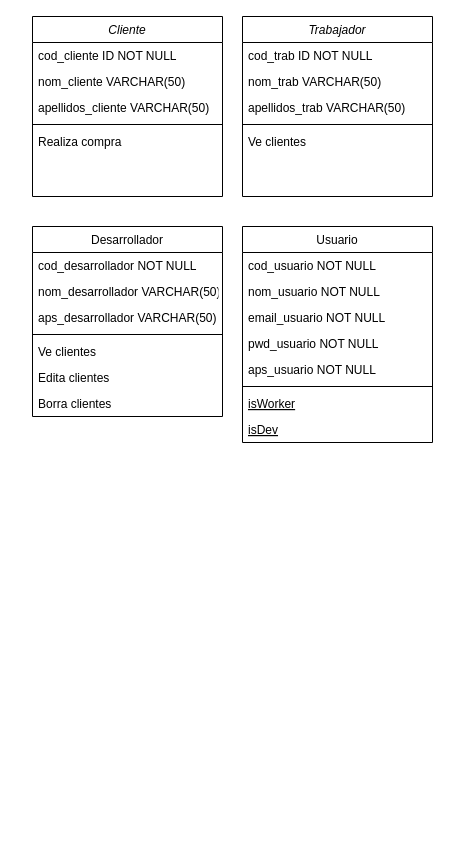
The draw.io diagram Diagrama clases S2.drawio in HuBaMarin/projDespliegue, before the edit. Source tidied: cells renumbered, new cells numbered last; positions are measured from the earlier drawing's top-left corner, leaving out a move shared by most shapes. Both pictures are drawn from the tidied source at 100%, with x=0, y=0 at pixel (32, 16).
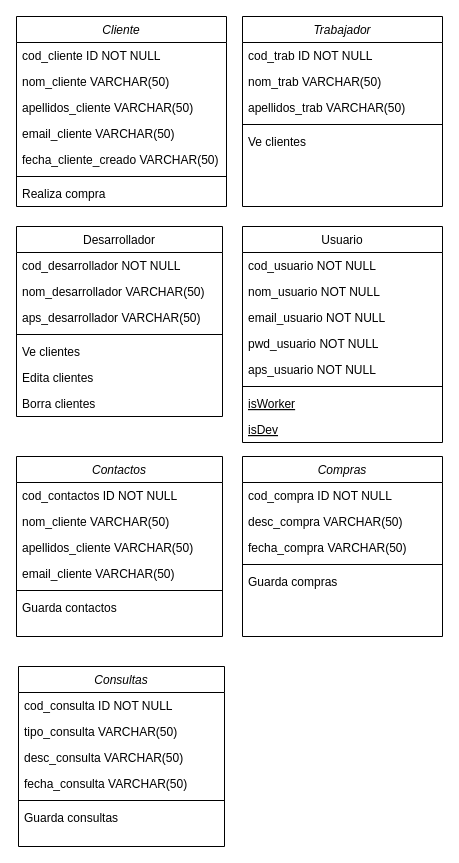
Above is the later version.

What changed in the source:
```diff
@@
     <mxCell id="2" value="Cliente" style="swimlane;fontStyle=2;align=center;verticalAlign=top;horizontal=1;startSize=26;rounded=0;shadow=0;strokeWidth=1;" parent="1" vertex="1">
-      <mxGeometry width="190" height="180" as="geometry" />
+      <mxGeometry x="-16" width="210" height="190" as="geometry" />
     </mxCell>
     <mxCell id="3" value="cod_cliente ID NOT NULL" style="text;align=left;verticalAlign=top;spacingLeft=4;spacingRight=4;overflow=hidden;" parent="2" vertex="1">
-      <mxGeometry y="26" width="190" height="26" as="geometry" />
+      <mxGeometry y="26" width="210" height="26" as="geometry" />
     </mxCell>
     <mxCell id="4" value="nom_cliente VARCHAR(50)" style="text;align=left;verticalAlign=top;spacingLeft=4;spacingRight=4;overflow=hidden;rounded=0;shadow=0;html=0;" parent="2" vertex="1">
-      <mxGeometry y="52" width="190" height="26" as="geometry" />
+      <mxGeometry y="52" width="210" height="26" as="geometry" />
     </mxCell>
     <mxCell id="5" value="apellidos_cliente VARCHAR(50)" style="text;align=left;verticalAlign=top;spacingLeft=4;spacingRight=4;overflow=hidden;rounded=0;shadow=0;html=0;" parent="2" vertex="1">
-      <mxGeometry y="78" width="190" height="26" as="geometry" />
+      <mxGeometry y="78" width="210" height="26" as="geometry" />
     </mxCell>
+    <mxCell id="31" value="email_cliente VARCHAR(50)" style="text;align=left;verticalAlign=top;spacingLeft=4;spacingRight=4;overflow=hidden;rounded=0;shadow=0;html=0;" parent="2" vertex="1">
+      <mxGeometry y="104" width="210" height="26" as="geometry" />
+    </mxCell>
+    <mxCell id="32" value="fecha_cliente_creado VARCHAR(50)" style="text;align=left;verticalAlign=top;spacingLeft=4;spacingRight=4;overflow=hidden;rounded=0;shadow=0;html=0;" parent="2" vertex="1">
+      <mxGeometry y="130" width="210" height="26" as="geometry" />
+    </mxCell>
     <mxCell id="6" style="line;html=1;strokeWidth=1;align=left;verticalAlign=middle;spacingTop=-1;spacingLeft=3;spacingRight=3;labelPosition=right;" parent="2" vertex="1">
-      <mxGeometry y="104" width="190" height="8" as="geometry" />
+      <mxGeometry y="156" width="210" height="8" as="geometry" />
     </mxCell>
     <mxCell id="7" value="Realiza compra" style="text;align=left;verticalAlign=top;spacingLeft=4;spacingRight=4;overflow=hidden;" parent="2" vertex="1">
-      <mxGeometry y="112" width="190" height="26" as="geometry" />
+      <mxGeometry y="164" width="210" height="26" as="geometry" />
     </mxCell>
     <mxCell id="8" value="Desarrollador" style="swimlane;fontStyle=0;align=center;verticalAlign=top;horizontal=1;startSize=26;rounded=0;shadow=0;strokeWidth=1;" parent="1" vertex="1">
-      <mxGeometry y="210" width="190" height="190" as="geometry" />
+      <mxGeometry x="-16" y="210" width="206" height="190" as="geometry" />
     </mxCell>
     <mxCell id="9" value="cod_desarrollador NOT NULL" style="text;align=left;verticalAlign=top;spacingLeft=4;spacingRight=4;overflow=hidden;" parent="8" vertex="1">
-      <mxGeometry y="26" width="190" height="26" as="geometry" />
+      <mxGeometry y="26" width="206" height="26" as="geometry" />
     </mxCell>
     <mxCell id="10" value="nom_desarrollador VARCHAR(50)" style="text;align=left;verticalAlign=top;spacingLeft=4;spacingRight=4;overflow=hidden;rounded=0;shadow=0;html=0;" parent="8" vertex="1">
-      <mxGeometry y="52" width="190" height="26" as="geometry" />
+      <mxGeometry y="52" width="206" height="26" as="geometry" />
     </mxCell>
     <mxCell id="11" value="aps_desarrollador VARCHAR(50)" style="text;align=left;verticalAlign=top;spacingLeft=4;spacingRight=4;overflow=hidden;rounded=0;shadow=0;html=0;" parent="8" vertex="1">
-      <mxGeometry y="78" width="190" height="26" as="geometry" />
+      <mxGeometry y="78" width="206" height="26" as="geometry" />
     </mxCell>
     <mxCell id="12" style="line;html=1;strokeWidth=1;align=left;verticalAlign=middle;spacingTop=-1;spacingLeft=3;spacingRight=3;labelPosition=right;" parent="8" vertex="1">
-      <mxGeometry y="104" width="190" height="8" as="geometry" />
+      <mxGeometry y="104" width="206" height="8" as="geometry" />
     </mxCell>
     <mxCell id="13" value="Ve clientes" style="text;align=left;verticalAlign=top;spacingLeft=4;spacingRight=4;overflow=hidden;" parent="8" vertex="1">
-      <mxGeometry y="112" width="190" height="26" as="geometry" />
+      <mxGeometry y="112" width="206" height="26" as="geometry" />
     </mxCell>
     <mxCell id="14" value="Edita clientes" style="text;align=left;verticalAlign=top;spacingLeft=4;spacingRight=4;overflow=hidden;" parent="8" vertex="1">
-      <mxGeometry y="138" width="190" height="26" as="geometry" />
+      <mxGeometry y="138" width="206" height="26" as="geometry" />
     </mxCell>
     <mxCell id="15" value="Borra clientes" style="text;align=left;verticalAlign=top;spacingLeft=4;spacingRight=4;overflow=hidden;" parent="8" vertex="1">
-      <mxGeometry y="164" width="190" height="26" as="geometry" />
+      <mxGeometry y="164" width="206" height="26" as="geometry" />
     </mxCell>
     <mxCell id="16" value="Usuario" style="swimlane;fontStyle=0;align=center;verticalAlign=top;horizontal=1;startSize=26;rounded=0;shadow=0;strokeWidth=1;" parent="1" vertex="1">
-      <mxGeometry x="210" y="210" width="190" height="216" as="geometry" />
+      <mxGeometry x="210" y="210" width="200" height="216" as="geometry" />
     </mxCell>
     <mxCell id="17" value="cod_usuario NOT NULL" style="text;align=left;verticalAlign=top;spacingLeft=4;spacingRight=4;overflow=hidden;" parent="16" vertex="1">
-      <mxGeometry y="26" width="190" height="26" as="geometry" />
+      <mxGeometry y="26" width="200" height="26" as="geometry" />
     </mxCell>
     <mxCell id="18" value="nom_usuario NOT NULL" style="text;align=left;verticalAlign=top;spacingLeft=4;spacingRight=4;overflow=hidden;" parent="16" vertex="1">
-      <mxGeometry y="52" width="190" height="26" as="geometry" />
+      <mxGeometry y="52" width="200" height="26" as="geometry" />
     </mxCell>
     <mxCell id="19" value="email_usuario NOT NULL" style="text;align=left;verticalAlign=top;spacingLeft=4;spacingRight=4;overflow=hidden;" parent="16" vertex="1">
-      <mxGeometry y="78" width="190" height="26" as="geometry" />
+      <mxGeometry y="78" width="200" height="26" as="geometry" />
     </mxCell>
     <mxCell id="20" value="pwd_usuario NOT NULL" style="text;align=left;verticalAlign=top;spacingLeft=4;spacingRight=4;overflow=hidden;" parent="16" vertex="1">
-      <mxGeometry y="104" width="190" height="26" as="geometry" />
+      <mxGeometry y="104" width="200" height="26" as="geometry" />
     </mxCell>
     <mxCell id="21" value="aps_usuario NOT NULL" style="text;align=left;verticalAlign=top;spacingLeft=4;spacingRight=4;overflow=hidden;" parent="16" vertex="1">
-      <mxGeometry y="130" width="190" height="26" as="geometry" />
+      <mxGeometry y="130" width="200" height="26" as="geometry" />
     </mxCell>
     <mxCell id="22" style="line;html=1;strokeWidth=1;align=left;verticalAlign=middle;spacingTop=-1;spacingLeft=3;spacingRight=3;labelPosition=right;" parent="16" vertex="1">
-      <mxGeometry y="156" width="190" height="8" as="geometry" />
+      <mxGeometry y="156" width="200" height="8" as="geometry" />
     </mxCell>
     <mxCell id="23" value="isWorker" style="text;align=left;verticalAlign=top;spacingLeft=4;spacingRight=4;overflow=hidden;fontStyle=4;" parent="16" vertex="1">
-      <mxGeometry y="164" width="190" height="26" as="geometry" />
+      <mxGeometry y="164" width="200" height="26" as="geometry" />
     </mxCell>
     <mxCell id="24" value="isDev" style="text;align=left;verticalAlign=top;spacingLeft=4;spacingRight=4;overflow=hidden;fontStyle=4;" parent="16" vertex="1">
-      <mxGeometry y="190" width="190" height="26" as="geometry" />
+      <mxGeometry y="190" width="200" height="26" as="geometry" />
     </mxCell>
     <mxCell id="25" value="Trabajador" style="swimlane;fontStyle=2;align=center;verticalAlign=top;horizontal=1;startSize=26;rounded=0;shadow=0;strokeWidth=1;" parent="1" vertex="1">
-      <mxGeometry x="210" width="190" height="180" as="geometry" />
+      <mxGeometry x="210" width="200" height="190" as="geometry" />
     </mxCell>
     <mxCell id="26" value="cod_trab ID NOT NULL" style="text;align=left;verticalAlign=top;spacingLeft=4;spacingRight=4;overflow=hidden;" parent="25" vertex="1">
-      <mxGeometry y="26" width="190" height="26" as="geometry" />
+      <mxGeometry y="26" width="200" height="26" as="geometry" />
     </mxCell>
     <mxCell id="27" value="nom_trab VARCHAR(50)" style="text;align=left;verticalAlign=top;spacingLeft=4;spacingRight=4;overflow=hidden;rounded=0;shadow=0;html=0;" parent="25" vertex="1">
-      <mxGeometry y="52" width="190" height="26" as="geometry" />
+      <mxGeometry y="52" width="200" height="26" as="geometry" />
     </mxCell>
     <mxCell id="28" value="apellidos_trab VARCHAR(50)" style="text;align=left;verticalAlign=top;spacingLeft=4;spacingRight=4;overflow=hidden;rounded=0;shadow=0;html=0;" parent="25" vertex="1">
-      <mxGeometry y="78" width="190" height="26" as="geometry" />
+      <mxGeometry y="78" width="200" height="26" as="geometry" />
     </mxCell>
     <mxCell id="29" style="line;html=1;strokeWidth=1;align=left;verticalAlign=middle;spacingTop=-1;spacingLeft=3;spacingRight=3;labelPosition=right;" parent="25" vertex="1">
-      <mxGeometry y="104" width="190" height="8" as="geometry" />
+      <mxGeometry y="104" width="200" height="8" as="geometry" />
     </mxCell>
     <mxCell id="30" value="Ve clientes" style="text;align=left;verticalAlign=top;spacingLeft=4;spacingRight=4;overflow=hidden;" parent="25" vertex="1">
-      <mxGeometry y="112" width="190" height="26" as="geometry" />
+      <mxGeometry y="112" width="200" height="26" as="geometry" />
     </mxCell>
+    <mxCell id="33" value="Contactos" style="swimlane;fontStyle=2;align=center;verticalAlign=top;horizontal=1;startSize=26;rounded=0;shadow=0;strokeWidth=1;" parent="1" vertex="1">
+      <mxGeometry x="-16" y="440" width="206" height="180" as="geometry" />
+    </mxCell>
+    <mxCell id="34" value="cod_contactos ID NOT NULL" style="text;align=left;verticalAlign=top;spacingLeft=4;spacingRight=4;overflow=hidden;" parent="33" vertex="1">
+      <mxGeometry y="26" width="206" height="26" as="geometry" />
+    </mxCell>
+    <mxCell id="35" value="nom_cliente VARCHAR(50)" style="text;align=left;verticalAlign=top;spacingLeft=4;spacingRight=4;overflow=hidden;rounded=0;shadow=0;html=0;" parent="33" vertex="1">
+      <mxGeometry y="52" width="206" height="26" as="geometry" />
+    </mxCell>
+    <mxCell id="36" value="apellidos_cliente VARCHAR(50)" style="text;align=left;verticalAlign=top;spacingLeft=4;spacingRight=4;overflow=hidden;rounded=0;shadow=0;html=0;" parent="33" vertex="1">
+      <mxGeometry y="78" width="206" height="26" as="geometry" />
+    </mxCell>
+    <mxCell id="37" value="email_cliente VARCHAR(50)" style="text;align=left;verticalAlign=top;spacingLeft=4;spacingRight=4;overflow=hidden;rounded=0;shadow=0;html=0;" parent="33" vertex="1">
+      <mxGeometry y="104" width="206" height="26" as="geometry" />
+    </mxCell>
+    <mxCell id="38" style="line;html=1;strokeWidth=1;align=left;verticalAlign=middle;spacingTop=-1;spacingLeft=3;spacingRight=3;labelPosition=right;" parent="33" vertex="1">
+      <mxGeometry y="130" width="206" height="8" as="geometry" />
+    </mxCell>
+    <mxCell id="39" value="Guarda contactos" style="text;align=left;verticalAlign=top;spacingLeft=4;spacingRight=4;overflow=hidden;" parent="33" vertex="1">
+      <mxGeometry y="138" width="206" height="26" as="geometry" />
+    </mxCell>
+    <mxCell id="40" value="Compras" style="swimlane;fontStyle=2;align=center;verticalAlign=top;horizontal=1;startSize=26;rounded=0;shadow=0;strokeWidth=1;" parent="1" vertex="1">
+      <mxGeometry x="210" y="440" width="200" height="180" as="geometry" />
+    </mxCell>
+    <mxCell id="41" value="cod_compra ID NOT NULL" style="text;align=left;verticalAlign=top;spacingLeft=4;spacingRight=4;overflow=hidden;" parent="40" vertex="1">
+      <mxGeometry y="26" width="200" height="26" as="geometry" />
+    </mxCell>
+    <mxCell id="42" value="desc_compra VARCHAR(50)" style="text;align=left;verticalAlign=top;spacingLeft=4;spacingRight=4;overflow=hidden;rounded=0;shadow=0;html=0;" parent="40" vertex="1">
+      <mxGeometry y="52" width="200" height="26" as="geometry" />
+    </mxCell>
+    <mxCell id="43" value="fecha_compra VARCHAR(50)" style="text;align=left;verticalAlign=top;spacingLeft=4;spacingRight=4;overflow=hidden;rounded=0;shadow=0;html=0;" parent="40" vertex="1">
+      <mxGeometry y="78" width="200" height="26" as="geometry" />
+    </mxCell>
+    <mxCell id="44" style="line;html=1;strokeWidth=1;align=left;verticalAlign=middle;spacingTop=-1;spacingLeft=3;spacingRight=3;labelPosition=right;" parent="40" vertex="1">
+      <mxGeometry y="104" width="200" height="8" as="geometry" />
+    </mxCell>
+    <mxCell id="45" value="Guarda compras" style="text;align=left;verticalAlign=top;spacingLeft=4;spacingRight=4;overflow=hidden;" parent="40" vertex="1">
+      <mxGeometry y="112" width="200" height="26" as="geometry" />
+    </mxCell>
+    <mxCell id="46" value="Consultas" style="swimlane;fontStyle=2;align=center;verticalAlign=top;horizontal=1;startSize=26;rounded=0;shadow=0;strokeWidth=1;" parent="1" vertex="1">
+      <mxGeometry x="-14" y="650" width="206" height="180" as="geometry" />
+    </mxCell>
+    <mxCell id="47" value="cod_consulta ID NOT NULL" style="text;align=left;verticalAlign=top;spacingLeft=4;spacingRight=4;overflow=hidden;" parent="46" vertex="1">
+      <mxGeometry y="26" width="206" height="26" as="geometry" />
+    </mxCell>
+    <mxCell id="48" value="tipo_consulta VARCHAR(50)" style="text;align=left;verticalAlign=top;spacingLeft=4;spacingRight=4;overflow=hidden;rounded=0;shadow=0;html=0;" parent="46" vertex="1">
+      <mxGeometry y="52" width="206" height="26" as="geometry" />
+    </mxCell>
+    <mxCell id="49" value="desc_consulta VARCHAR(50)" style="text;align=left;verticalAlign=top;spacingLeft=4;spacingRight=4;overflow=hidden;rounded=0;shadow=0;html=0;" parent="46" vertex="1">
+      <mxGeometry y="78" width="206" height="26" as="geometry" />
+    </mxCell>
+    <mxCell id="50" value="fecha_consulta VARCHAR(50)" style="text;align=left;verticalAlign=top;spacingLeft=4;spacingRight=4;overflow=hidden;rounded=0;shadow=0;html=0;" parent="46" vertex="1">
+      <mxGeometry y="104" width="206" height="26" as="geometry" />
+    </mxCell>
+    <mxCell id="51" style="line;html=1;strokeWidth=1;align=left;verticalAlign=middle;spacingTop=-1;spacingLeft=3;spacingRight=3;labelPosition=right;" parent="46" vertex="1">
+      <mxGeometry y="130" width="206" height="8" as="geometry" />
+    </mxCell>
+    <mxCell id="52" value="Guarda consultas" style="text;align=left;verticalAlign=top;spacingLeft=4;spacingRight=4;overflow=hidden;" parent="46" vertex="1">
+      <mxGeometry y="138" width="206" height="26" as="geometry" />
+    </mxCell>
```
